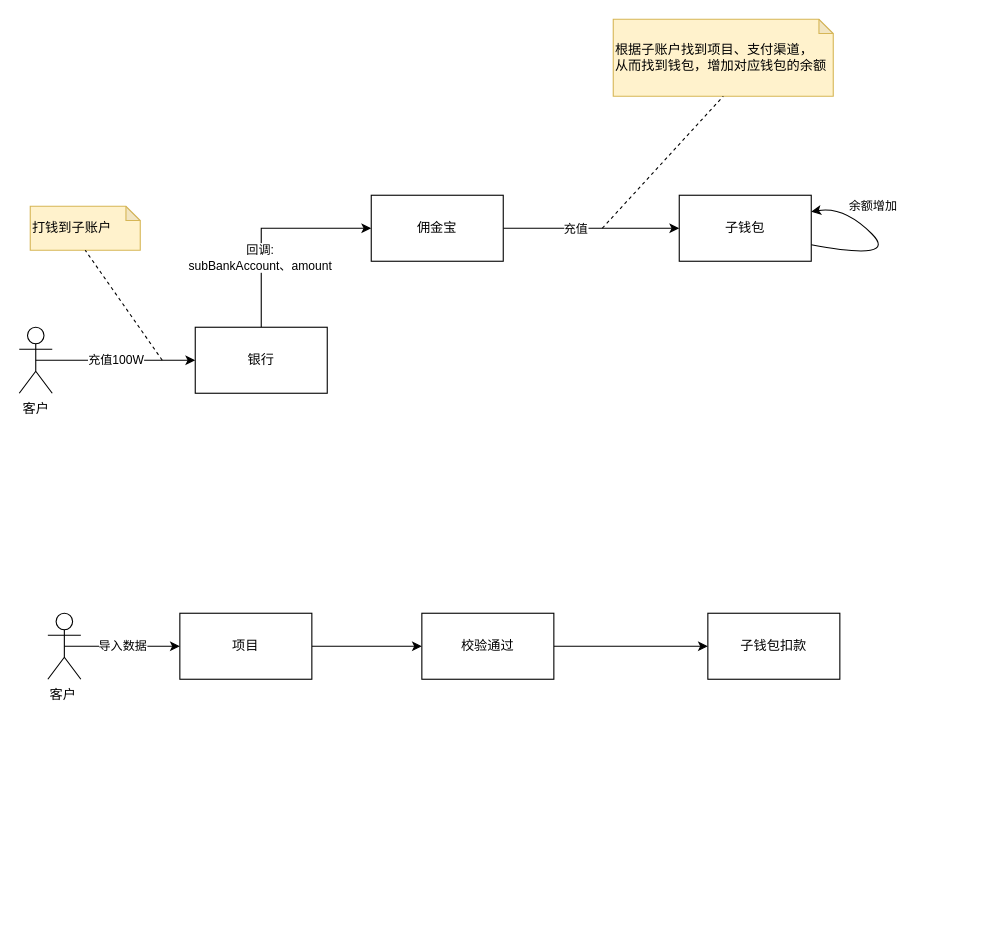
Above: 分包项目钱包设计.drawio in kuangziyang/shop-design (draw.io), before the change. Source tidied: cells renumbered, new cells numbered last; positions are measured from the earlier drawing's top-left corner, leaving out a move shared by most shapes. Both pictures are drawn from the tidied source at 110%, with x=0, y=0 at pixel (19, 19).
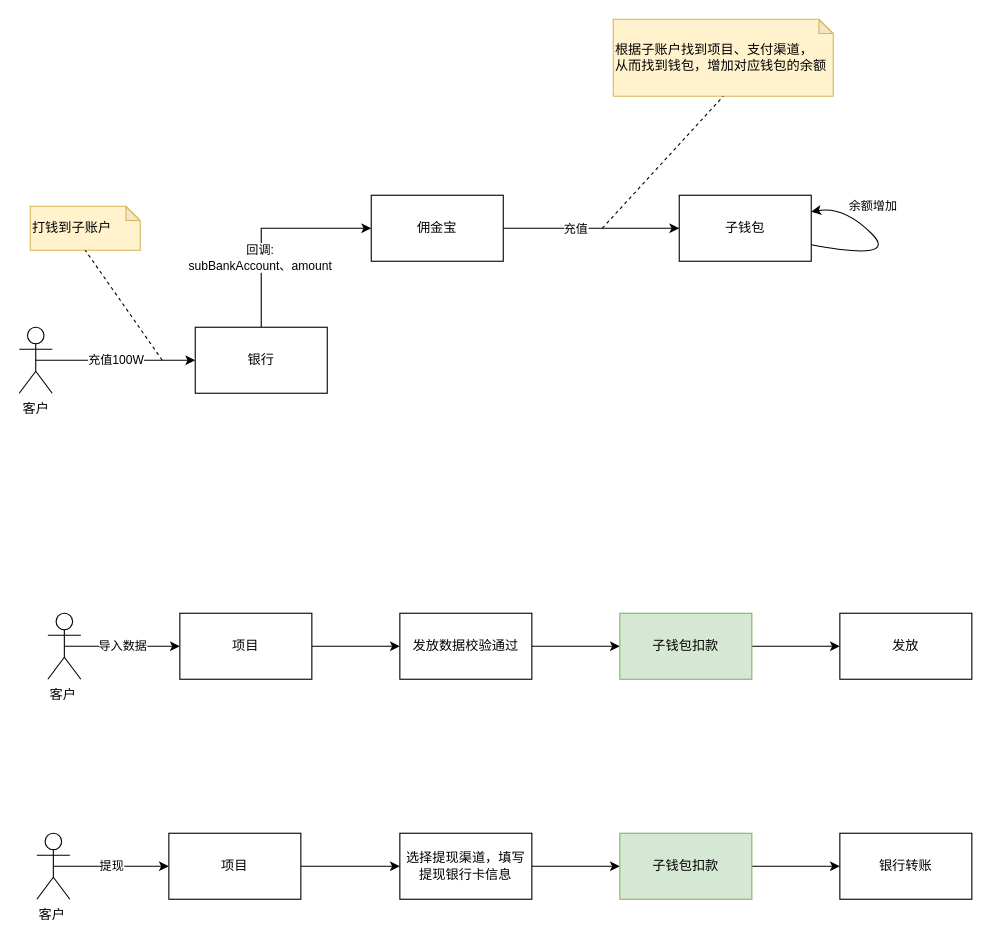
The same diagram, later.

Commit message:
Update 分包项目钱包设计.drawio

What changed in the source:
```diff
@@
-    <mxCell id="19" value="校验通过" style="whiteSpace=wrap;html=1;rounded=0;" parent="1" vertex="1">
-      <mxGeometry x="366" y="540" width="120" height="60" as="geometry" />
+    <mxCell id="19" value="发放数据校验通过" style="whiteSpace=wrap;html=1;rounded=0;" parent="1" vertex="1">
+      <mxGeometry x="346" y="540" width="120" height="60" as="geometry" />
     </mxCell>
+    <mxCell id="23" style="edgeStyle=orthogonalEdgeStyle;rounded=0;jettySize=auto;html=1;fontColor=none;" parent="1" edge="1" source="20" target="30">
+      <mxGeometry relative="1" as="geometry" />
+    </mxCell>
-    <mxCell id="20" value="子钱包扣款" style="whiteSpace=wrap;html=1;rounded=0;" parent="1" vertex="1">
-      <mxGeometry x="626" y="540" width="120" height="60" as="geometry" />
+    <mxCell id="20" value="子钱包扣款" style="whiteSpace=wrap;html=1;rounded=0;fillColor=#d5e8d4;strokeColor=#82b366;" parent="1" vertex="1">
+      <mxGeometry x="546" y="540" width="120" height="60" as="geometry" />
     </mxCell>
@@
+    <mxCell id="24" value="项目" style="rounded=0;whiteSpace=wrap;html=1;" parent="1" vertex="1">
+      <mxGeometry x="136" y="740" width="120" height="60" as="geometry" />
+    </mxCell>
+    <mxCell id="25" style="edgeStyle=orthogonalEdgeStyle;rounded=0;jettySize=auto;html=1;fontColor=none;exitX=1;exitY=0.5;exitDx=0;exitDy=0;" parent="1" edge="1" source="24" target="27">
+      <mxGeometry relative="1" as="geometry" />
+    </mxCell>
+    <mxCell id="26" style="edgeStyle=orthogonalEdgeStyle;rounded=0;jettySize=auto;html=1;fontColor=none;" parent="1" edge="1" source="27" target="32">
+      <mxGeometry relative="1" as="geometry" />
+    </mxCell>
+    <mxCell id="27" value="选择提现渠道，填写提现银行卡信息" style="whiteSpace=wrap;html=1;rounded=0;" parent="1" vertex="1">
+      <mxGeometry x="346" y="740" width="120" height="60" as="geometry" />
+    </mxCell>
+    <mxCell id="28" value="提现" style="edgeStyle=orthogonalEdgeStyle;rounded=0;jettySize=auto;html=1;exitX=0.5;exitY=0.5;exitDx=0;exitDy=0;exitPerimeter=0;entryX=0;entryY=0.5;entryDx=0;entryDy=0;fontColor=none;" parent="1" edge="1" source="29" target="24">
+      <mxGeometry relative="1" as="geometry" />
+    </mxCell>
+    <mxCell id="29" value="客户" style="shape=umlActor;verticalLabelPosition=bottom;verticalAlign=top;html=1;outlineConnect=0;labelBackgroundColor=#ffffff;fontColor=none;align=left;" parent="1" vertex="1">
+      <mxGeometry x="16" y="740" width="30" height="60" as="geometry" />
+    </mxCell>
+    <mxCell id="30" value="发放" style="whiteSpace=wrap;html=1;rounded=0;" parent="1" vertex="1">
+      <mxGeometry x="746" y="540" width="120" height="60" as="geometry" />
+    </mxCell>
+    <mxCell id="31" style="edgeStyle=orthogonalEdgeStyle;rounded=0;jettySize=auto;html=1;fontColor=none;" parent="1" edge="1" source="32" target="33">
+      <mxGeometry relative="1" as="geometry" />
+    </mxCell>
+    <mxCell id="32" value="子钱包扣款" style="whiteSpace=wrap;html=1;rounded=0;fillColor=#d5e8d4;strokeColor=#82b366;" parent="1" vertex="1">
+      <mxGeometry x="546" y="740" width="120" height="60" as="geometry" />
+    </mxCell>
+    <mxCell id="33" value="银行转账" style="whiteSpace=wrap;html=1;rounded=0;" parent="1" vertex="1">
+      <mxGeometry x="746" y="740" width="120" height="60" as="geometry" />
+    </mxCell>
```
